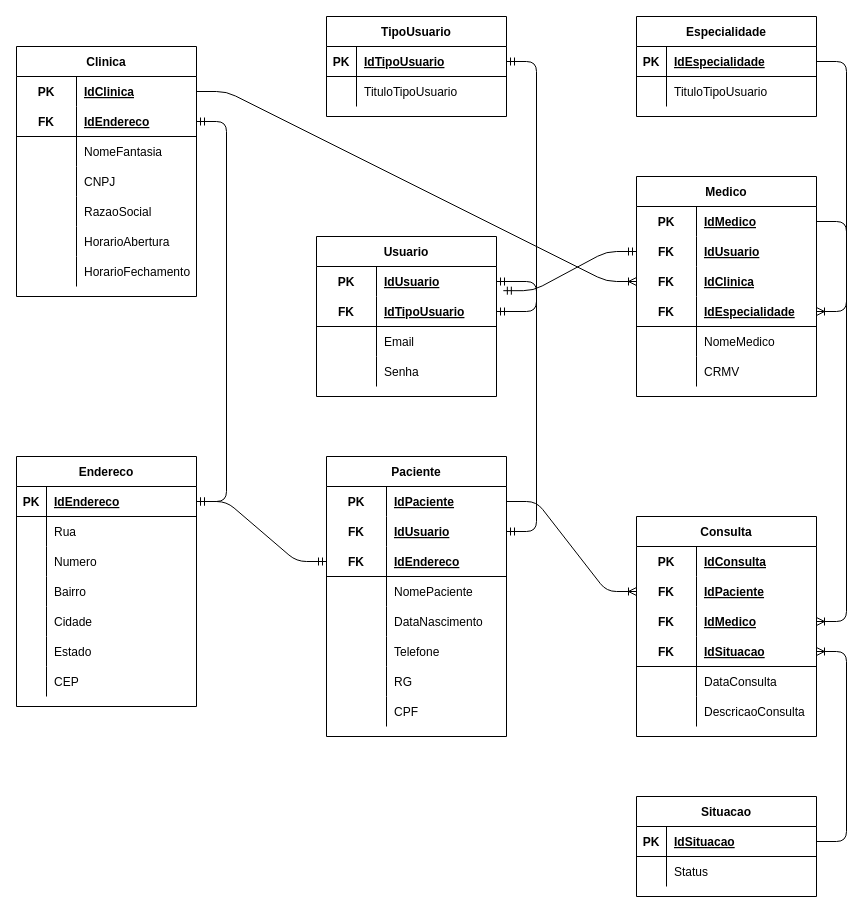
GustavoBorgesSouza/SP_MedicalGroup keeps this draw.io diagram as page "Logico" (2 of 2) of SP_MedicalGroup/Modelagens/SPMedicalGroup.drawio. Above is the earlier version. Source tidied: cells renumbered, new cells numbered last; positions are measured from the earlier drawing's top-left corner, leaving out a move shared by most shapes. Both pictures are drawn from the tidied source at 100%, with x=0, y=0 at pixel (16, 16).
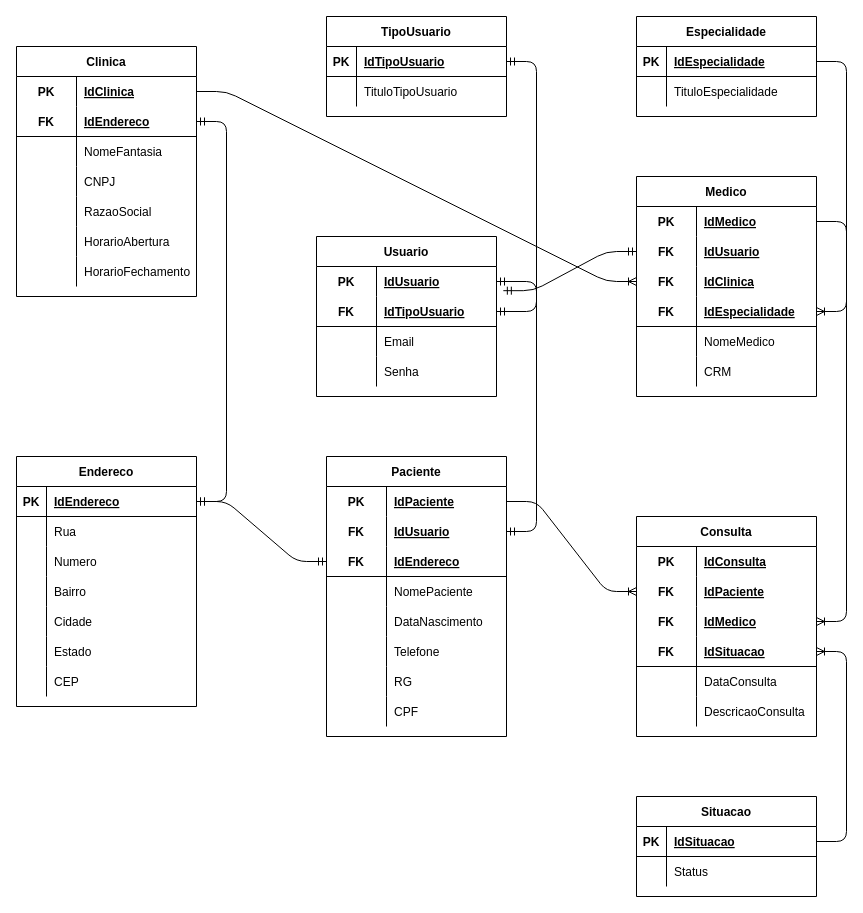
Above is the later version.

The change refers to these unchanged cells:
```xml
<mxCell id="111" style="shape=partialRectangle;fillColor=none;top=0;left=0;bottom=0;right=0;" parent="95" vertex="1">
  <mxGeometry y="180" width="180" height="30" as="geometry" />
</mxCell>
<mxCell id="118" style="shape=partialRectangle;fillColor=none;top=0;left=0;bottom=0;right=0;" parent="114" vertex="1">
  <mxGeometry y="60" width="180" height="30" as="geometry" />
</mxCell>
```

What changed in the source:
```diff
@@
-    <mxCell id="113" value="CRMV" style="shape=partialRectangle;fillColor=none;top=0;left=0;bottom=0;right=0;align=left;spacingLeft=6;overflow=hidden;" parent="111" vertex="1">
+    <mxCell id="113" value="CRM" style="shape=partialRectangle;fillColor=none;top=0;left=0;bottom=0;right=0;align=left;spacingLeft=6;overflow=hidden;" parent="111" vertex="1">
       <mxGeometry x="60" width="120" height="30" as="geometry" />
     </mxCell>
@@
-    <mxCell id="120" value="TituloTipoUsuario" style="shape=partialRectangle;fillColor=none;top=0;left=0;bottom=0;right=0;align=left;spacingLeft=6;overflow=hidden;" parent="118" vertex="1">
+    <mxCell id="120" value="TituloEspecialidade" style="shape=partialRectangle;fillColor=none;top=0;left=0;bottom=0;right=0;align=left;spacingLeft=6;overflow=hidden;" parent="118" vertex="1">
       <mxGeometry x="30" width="150" height="30" as="geometry" />
     </mxCell>
```
